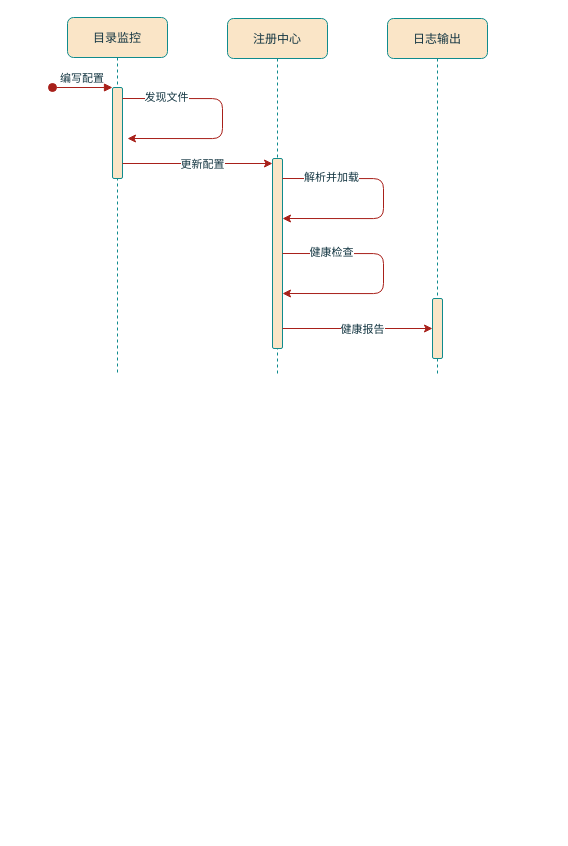
Earlier version of the draw.io diagram 统一数据源-业务序列图.drawio (SevDaisy/draw-io-lib). Source tidied: cells renumbered, new cells numbered last; positions are measured from the earlier drawing's top-left corner, leaving out a move shared by most shapes. Both pictures are drawn from the tidied source at 100%, with x=0, y=0 at pixel (52, 17).
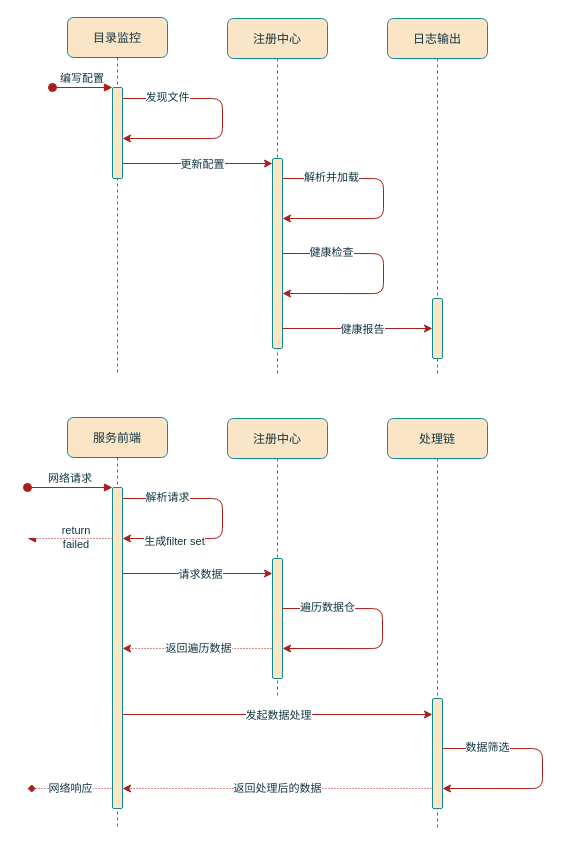
After the change.

Commit message (it also covers changes not shown here):
更新统一数据源-业务序列图.drawio

The edit, as a diff of the source:
```diff
@@
     <mxCell id="9" style="endArrow=classic;html=1;rounded=1;shadow=0;labelBackgroundColor=none;strokeColor=#A8201A;strokeWidth=1;fontFamily=Helvetica;fontSize=11;fontColor=#143642;endSize=6;shape=connector;exitX=0.995;exitY=0.052;exitDx=0;exitDy=0;exitPerimeter=0;" parent="1" edge="1">
       <mxGeometry relative="1" as="geometry">
         <mxPoint x="70" y="81" as="sourcePoint" />
-        <mxPoint x="75" y="121" as="targetPoint" />
+        <mxPoint x="70" y="121" as="targetPoint" />
         <Array as="points">
           <mxPoint x="170" y="81.1" />
           <mxPoint x="170" y="121.1" />
         </Array>
       </mxGeometry>
     </mxCell>
@@
+    <mxCell id="19" value="服务前端" style="shape=umlLifeline;perimeter=lifelinePerimeter;rounded=1;shadow=0;strokeWidth=1;fillColor=#FAE5C7;strokeColor=#0F8B8D;fontColor=#143642;" parent="1" vertex="1">
+      <mxGeometry x="15" y="400" width="100" height="411" as="geometry" />
+    </mxCell>
+    <mxCell id="20" value="注册中心" style="shape=umlLifeline;perimeter=lifelinePerimeter;rounded=1;shadow=0;strokeWidth=1;fillColor=#FAE5C7;strokeColor=#0F8B8D;fontColor=#143642;" parent="1" vertex="1">
+      <mxGeometry x="175" y="401" width="100" height="280" as="geometry" />
+    </mxCell>
+    <mxCell id="21" style="perimeter=orthogonalPerimeter;rounded=1;shadow=0;strokeWidth=1;fillColor=#FAE5C7;strokeColor=#0F8B8D;fontColor=#143642;" parent="20" vertex="1">
+      <mxGeometry x="45" y="140" width="10" height="120" as="geometry" />
+    </mxCell>
+    <mxCell id="22" style="endArrow=classic;html=1;rounded=1;shadow=0;labelBackgroundColor=none;strokeColor=#A8201A;strokeWidth=1;fontFamily=Helvetica;fontSize=11;fontColor=#143642;endSize=6;shape=connector;entryX=-0.048;entryY=0.521;entryDx=0;entryDy=0;entryPerimeter=0;" parent="20" edge="1">
+      <mxGeometry relative="1" as="geometry">
+        <mxPoint x="-105" y="155" as="sourcePoint" />
+        <mxPoint x="45" y="155" as="targetPoint" />
+      </mxGeometry>
+    </mxCell>
+    <mxCell id="23" value="请求数据" style="edgeLabel;html=1;align=center;verticalAlign=middle;fontSize=11;fontFamily=Helvetica;fontColor=#143642;" parent="22" vertex="1">
+      <mxGeometry x="-0.02" relative="1" as="geometry">
+        <mxPoint x="3" as="offset" />
+      </mxGeometry>
+    </mxCell>
+    <mxCell id="24" style="points=[];perimeter=orthogonalPerimeter;rounded=1;shadow=0;strokeWidth=1;fillColor=#FAE5C7;strokeColor=#0F8B8D;fontColor=#143642;" parent="1" vertex="1">
+      <mxGeometry x="60" y="470" width="10" height="321" as="geometry" />
+    </mxCell>
+    <mxCell id="25" value="网络请求" style="verticalAlign=bottom;startArrow=oval;endArrow=block;startSize=8;shadow=0;strokeWidth=1;labelBackgroundColor=none;strokeColor=#A8201A;fontColor=#143642;rounded=1;" parent="1" edge="1" target="24">
+      <mxGeometry relative="1" as="geometry">
+        <mxPoint x="-25" y="470" as="sourcePoint" />
+      </mxGeometry>
+    </mxCell>
+    <mxCell id="26" style="endArrow=classic;html=1;rounded=1;shadow=0;labelBackgroundColor=none;strokeColor=#A8201A;strokeWidth=1;fontFamily=Helvetica;fontSize=11;fontColor=#143642;endSize=6;shape=connector;exitX=0.995;exitY=0.052;exitDx=0;exitDy=0;exitPerimeter=0;" parent="1" edge="1">
+      <mxGeometry relative="1" as="geometry">
+        <mxPoint x="70" y="481" as="sourcePoint" />
+        <mxPoint x="70" y="521" as="targetPoint" />
+        <Array as="points">
+          <mxPoint x="170" y="481.1" />
+          <mxPoint x="170" y="521.1" />
+        </Array>
+      </mxGeometry>
+    </mxCell>
+    <mxCell id="27" value="解析请求" style="edgeLabel;html=1;align=center;verticalAlign=middle;fontSize=11;fontFamily=Helvetica;fontColor=#143642;" parent="26" vertex="1">
+      <mxGeometry x="-0.63" y="2" relative="1" as="geometry" />
+    </mxCell>
+    <mxCell id="28" value="&lt;font style=&quot;font-size: 11px;&quot;&gt;生成filter set&lt;/font&gt;" style="edgeLabel;html=1;align=center;verticalAlign=middle;fontSize=11;fontFamily=Helvetica;fontColor=#143642;" parent="26" vertex="1">
+      <mxGeometry x="0.78" y="2" relative="1" as="geometry">
+        <mxPoint x="26" as="offset" />
+      </mxGeometry>
+    </mxCell>
+    <mxCell id="29" value="处理链" style="shape=umlLifeline;perimeter=lifelinePerimeter;rounded=1;shadow=0;strokeWidth=1;fillColor=#FAE5C7;strokeColor=#0F8B8D;fontColor=#143642;" parent="1" vertex="1">
+      <mxGeometry x="335" y="401" width="100" height="410" as="geometry" />
+    </mxCell>
+    <mxCell id="30" style="perimeter=orthogonalPerimeter;rounded=1;shadow=0;strokeWidth=1;fillColor=#FAE5C7;strokeColor=#0F8B8D;fontColor=#143642;" parent="29" vertex="1">
+      <mxGeometry x="45" y="280" width="10" height="110" as="geometry" />
+    </mxCell>
+    <mxCell id="31" style="group;" parent="1" vertex="1">
+      <mxGeometry x="-25" y="505" width="85" height="30" as="geometry" />
+    </mxCell>
+    <mxCell id="32" style="endArrow=async;html=1;rounded=1;shadow=0;labelBackgroundColor=none;strokeColor=#A8201A;strokeWidth=1;fontFamily=Helvetica;fontSize=11;fontColor=#143642;endSize=6;shape=connector;entryX=-0.048;entryY=0.521;entryDx=0;entryDy=0;entryPerimeter=0;endFill=1;dashed=1;dashPattern=1 2;" parent="31" edge="1">
+      <mxGeometry relative="1" as="geometry">
+        <mxPoint x="85" y="16" as="sourcePoint" />
+        <mxPoint y="16" as="targetPoint" />
+      </mxGeometry>
+    </mxCell>
+    <mxCell id="33" value="return failed" style="text;html=1;strokeColor=none;fillColor=none;align=center;verticalAlign=middle;whiteSpace=wrap;rounded=0;fontFamily=Helvetica;fontSize=11;fontColor=#143642;" parent="31" vertex="1">
+      <mxGeometry x="19" width="60" height="30" as="geometry" />
+    </mxCell>
+    <mxCell id="34" style="endArrow=classic;html=1;rounded=1;shadow=0;labelBackgroundColor=none;strokeColor=#A8201A;strokeWidth=1;fontFamily=Helvetica;fontSize=11;fontColor=#143642;endSize=6;shape=connector;exitX=0.995;exitY=0.052;exitDx=0;exitDy=0;exitPerimeter=0;" parent="1" edge="1">
+      <mxGeometry relative="1" as="geometry">
+        <mxPoint x="230" y="591" as="sourcePoint" />
+        <mxPoint x="230" y="631" as="targetPoint" />
+        <Array as="points">
+          <mxPoint x="330" y="591.1" />
+          <mxPoint x="330" y="631.1" />
+        </Array>
+      </mxGeometry>
+    </mxCell>
+    <mxCell id="35" value="遍历数据仓" style="edgeLabel;html=1;align=center;verticalAlign=middle;fontSize=11;fontFamily=Helvetica;fontColor=#143642;" parent="34" vertex="1">
+      <mxGeometry x="-0.63" y="2" relative="1" as="geometry" />
+    </mxCell>
+    <mxCell id="36" style="endArrow=classic;html=1;rounded=1;shadow=0;labelBackgroundColor=none;strokeColor=#A8201A;strokeWidth=1;fontFamily=Helvetica;fontSize=11;fontColor=#143642;endSize=6;shape=connector;entryX=-0.048;entryY=0.521;entryDx=0;entryDy=0;entryPerimeter=0;endFill=1;dashed=1;dashPattern=1 2;" parent="1" edge="1">
+      <mxGeometry relative="1" as="geometry">
+        <mxPoint x="219" y="631" as="sourcePoint" />
+        <mxPoint x="70" y="631" as="targetPoint" />
+      </mxGeometry>
+    </mxCell>
+    <mxCell id="37" value="返回遍历数据" style="edgeLabel;html=1;align=center;verticalAlign=middle;fontSize=11;fontFamily=Helvetica;fontColor=#143642;" parent="36" vertex="1">
+      <mxGeometry x="0.19" y="-1" relative="1" as="geometry">
+        <mxPoint x="15" as="offset" />
+      </mxGeometry>
+    </mxCell>
+    <mxCell id="38" style="endArrow=classic;html=1;rounded=1;shadow=0;labelBackgroundColor=none;strokeColor=#A8201A;strokeWidth=1;fontFamily=Helvetica;fontSize=11;fontColor=#143642;endSize=6;shape=connector;entryX=-0.048;entryY=0.521;entryDx=0;entryDy=0;entryPerimeter=0;" parent="1" edge="1">
+      <mxGeometry relative="1" as="geometry">
+        <mxPoint x="70" y="697" as="sourcePoint" />
+        <mxPoint x="380" y="697" as="targetPoint" />
+      </mxGeometry>
+    </mxCell>
+    <mxCell id="39" value="发起数据处理" style="edgeLabel;html=1;align=center;verticalAlign=middle;fontSize=11;fontFamily=Helvetica;fontColor=#143642;" parent="38" vertex="1">
+      <mxGeometry relative="1" as="geometry" />
+    </mxCell>
+    <mxCell id="40" style="endArrow=classic;html=1;rounded=1;shadow=0;labelBackgroundColor=none;strokeColor=#A8201A;strokeWidth=1;fontFamily=Helvetica;fontSize=11;fontColor=#143642;endSize=6;shape=connector;exitX=0.995;exitY=0.052;exitDx=0;exitDy=0;exitPerimeter=0;" parent="1" edge="1">
+      <mxGeometry relative="1" as="geometry">
+        <mxPoint x="390" y="731" as="sourcePoint" />
+        <mxPoint x="390" y="771" as="targetPoint" />
+        <Array as="points">
+          <mxPoint x="490" y="731.1" />
+          <mxPoint x="490" y="771.1" />
+        </Array>
+      </mxGeometry>
+    </mxCell>
+    <mxCell id="41" value="数据筛选" style="edgeLabel;html=1;align=center;verticalAlign=middle;fontSize=11;fontFamily=Helvetica;fontColor=#143642;" parent="40" vertex="1">
+      <mxGeometry x="-0.63" y="2" relative="1" as="geometry" />
+    </mxCell>
+    <mxCell id="42" style="endArrow=classic;html=1;rounded=1;shadow=0;labelBackgroundColor=none;strokeColor=#A8201A;strokeWidth=1;fontFamily=Helvetica;fontSize=11;fontColor=#143642;endSize=6;shape=connector;entryX=-0.048;entryY=0.521;entryDx=0;entryDy=0;entryPerimeter=0;endFill=1;dashed=1;dashPattern=1 2;" parent="1" edge="1">
+      <mxGeometry relative="1" as="geometry">
+        <mxPoint x="379" y="771" as="sourcePoint" />
+        <mxPoint x="70" y="771" as="targetPoint" />
+      </mxGeometry>
+    </mxCell>
+    <mxCell id="43" value="返回处理后的数据" style="edgeLabel;html=1;align=center;verticalAlign=middle;fontSize=11;fontFamily=Helvetica;fontColor=#143642;" parent="42" vertex="1">
+      <mxGeometry y="-1" relative="1" as="geometry" />
+    </mxCell>
+    <mxCell id="44" style="endArrow=diamond;html=1;rounded=1;shadow=0;labelBackgroundColor=none;strokeColor=#A8201A;strokeWidth=1;fontFamily=Helvetica;fontSize=11;fontColor=#143642;endSize=6;shape=connector;entryX=-0.048;entryY=0.521;entryDx=0;entryDy=0;entryPerimeter=0;endFill=1;dashed=1;dashPattern=1 2;" parent="1" edge="1">
+      <mxGeometry relative="1" as="geometry">
+        <mxPoint x="59" y="771" as="sourcePoint" />
+        <mxPoint x="-25" y="771" as="targetPoint" />
+      </mxGeometry>
+    </mxCell>
+    <mxCell id="45" value="网络响应" style="edgeLabel;html=1;align=center;verticalAlign=middle;fontSize=11;fontFamily=Helvetica;fontColor=#143642;" parent="44" vertex="1">
+      <mxGeometry y="-1" relative="1" as="geometry" />
+    </mxCell>
```
